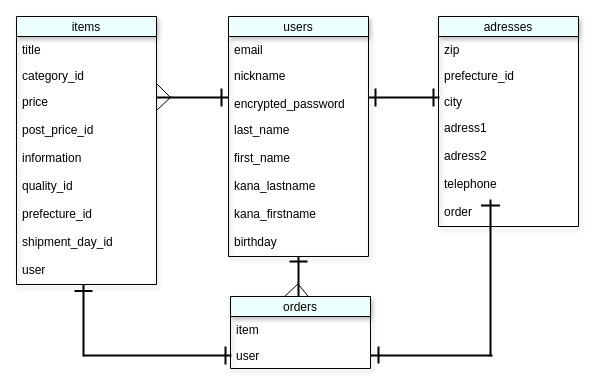
RogerSi666/furima-38008 keeps this draw.io diagram as db.dio. Above is the earlier version. Source tidied: cells renumbered, new cells numbered last; positions are measured from the earlier drawing's top-left corner, leaving out a move shared by most shapes. Both pictures are drawn from the tidied source at 100%, with x=0, y=0 at pixel (16, 16).
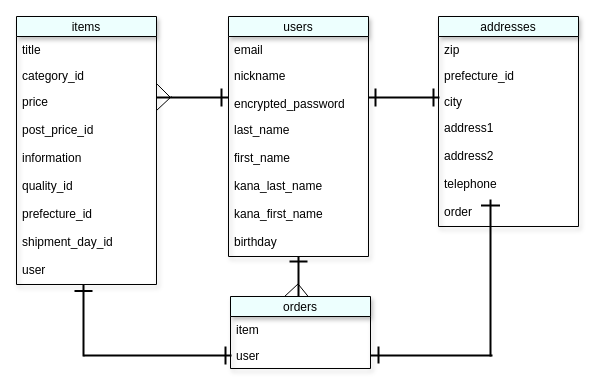
The same page after the edit.

Commit message (it also covers changes not shown here):
データベース設計修正

The change refers to these unchanged cells:
```xml
<mxCell id="12" value="users" style="swimlane;fontStyle=0;horizontal=1;startSize=20;fillColor=#EDFFFE;shadow=1;" parent="1" vertex="1">
  <mxGeometry x="212" width="140" height="240" as="geometry" />
</mxCell>
```

What changed in the source:
```diff
@@
-    <mxCell id="18" value="kana_lastname" style="text;strokeColor=none;fillColor=none;align=left;verticalAlign=top;spacingLeft=4;spacingRight=4;overflow=hidden;" parent="12" vertex="1">
+    <mxCell id="18" value="kana_last_name" style="text;strokeColor=none;fillColor=none;align=left;verticalAlign=top;spacingLeft=4;spacingRight=4;overflow=hidden;" parent="12" vertex="1">
       <mxGeometry y="156" width="140" height="28" as="geometry" />
     </mxCell>
-    <mxCell id="19" value="kana_firstname" style="text;strokeColor=none;fillColor=none;align=left;verticalAlign=top;spacingLeft=4;spacingRight=4;overflow=hidden;" parent="12" vertex="1">
+    <mxCell id="19" value="kana_first_name" style="text;strokeColor=none;fillColor=none;align=left;verticalAlign=top;spacingLeft=4;spacingRight=4;overflow=hidden;" parent="12" vertex="1">
       <mxGeometry y="184" width="140" height="28" as="geometry" />
     </mxCell>
@@
-    <mxCell id="21" value="adresses" style="swimlane;fontStyle=0;horizontal=1;startSize=20;fillColor=#EDFFFE;shadow=1;" parent="1" vertex="1">
+    <mxCell id="21" value="addresses" style="swimlane;fontStyle=0;horizontal=1;startSize=20;fillColor=#EDFFFE;shadow=1;" parent="1" vertex="1">
       <mxGeometry x="422" width="140" height="210" as="geometry" />
     </mxCell>
@@
-    <mxCell id="25" value="adress1" style="text;strokeColor=none;fillColor=none;align=left;verticalAlign=top;spacingLeft=4;spacingRight=4;overflow=hidden;" parent="21" vertex="1">
+    <mxCell id="25" value="address1" style="text;strokeColor=none;fillColor=none;align=left;verticalAlign=top;spacingLeft=4;spacingRight=4;overflow=hidden;" parent="21" vertex="1">
       <mxGeometry y="98" width="140" height="28" as="geometry" />
     </mxCell>
-    <mxCell id="26" value="adress2" style="text;strokeColor=none;fillColor=none;align=left;verticalAlign=top;spacingLeft=4;spacingRight=4;overflow=hidden;" parent="21" vertex="1">
+    <mxCell id="26" value="address2" style="text;strokeColor=none;fillColor=none;align=left;verticalAlign=top;spacingLeft=4;spacingRight=4;overflow=hidden;" parent="21" vertex="1">
       <mxGeometry y="126" width="140" height="28" as="geometry" />
     </mxCell>
```
